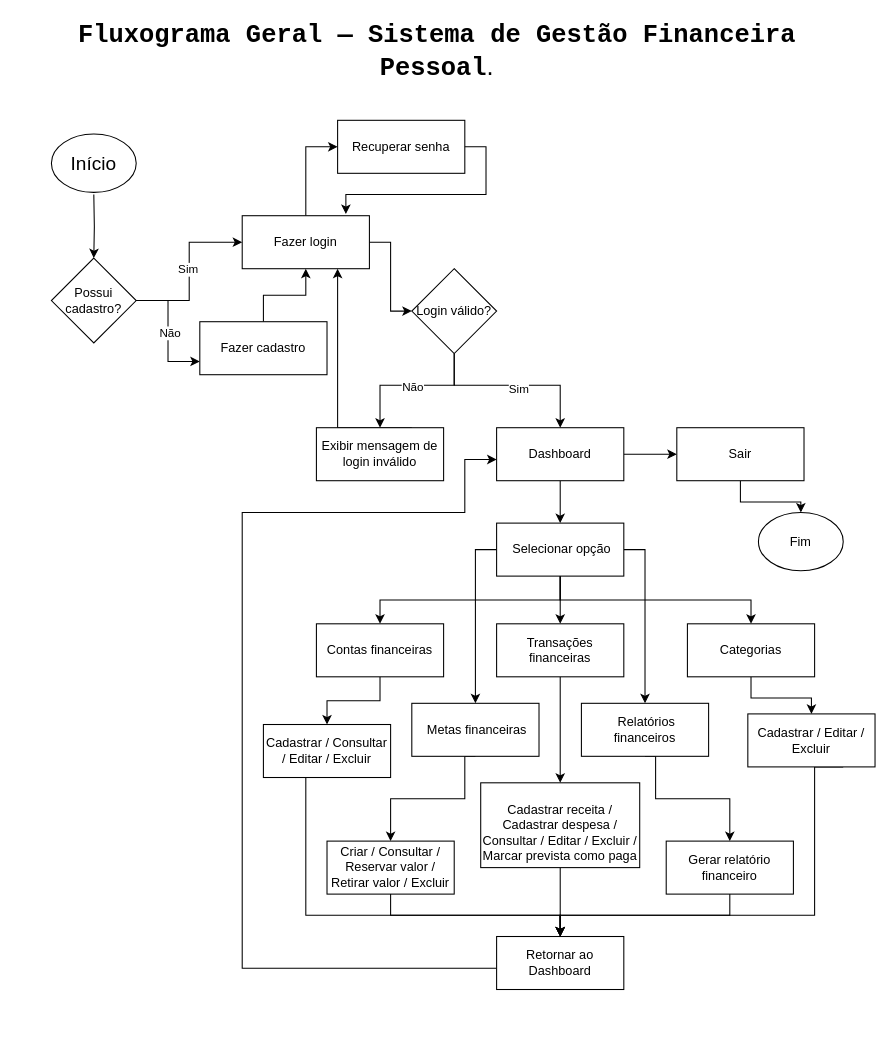
pablo-eleuterio/PersonalFinance keeps this draw.io diagram as docs/05-diagramas/fluxograma-geral.drawio. Above is the earlier version. Source tidied: cells renumbered, new cells numbered last; positions are measured from the earlier drawing's top-left corner, leaving out a move shared by most shapes. Both pictures are drawn from the tidied source at 106%, with x=0, y=0 at pixel (18, 35).
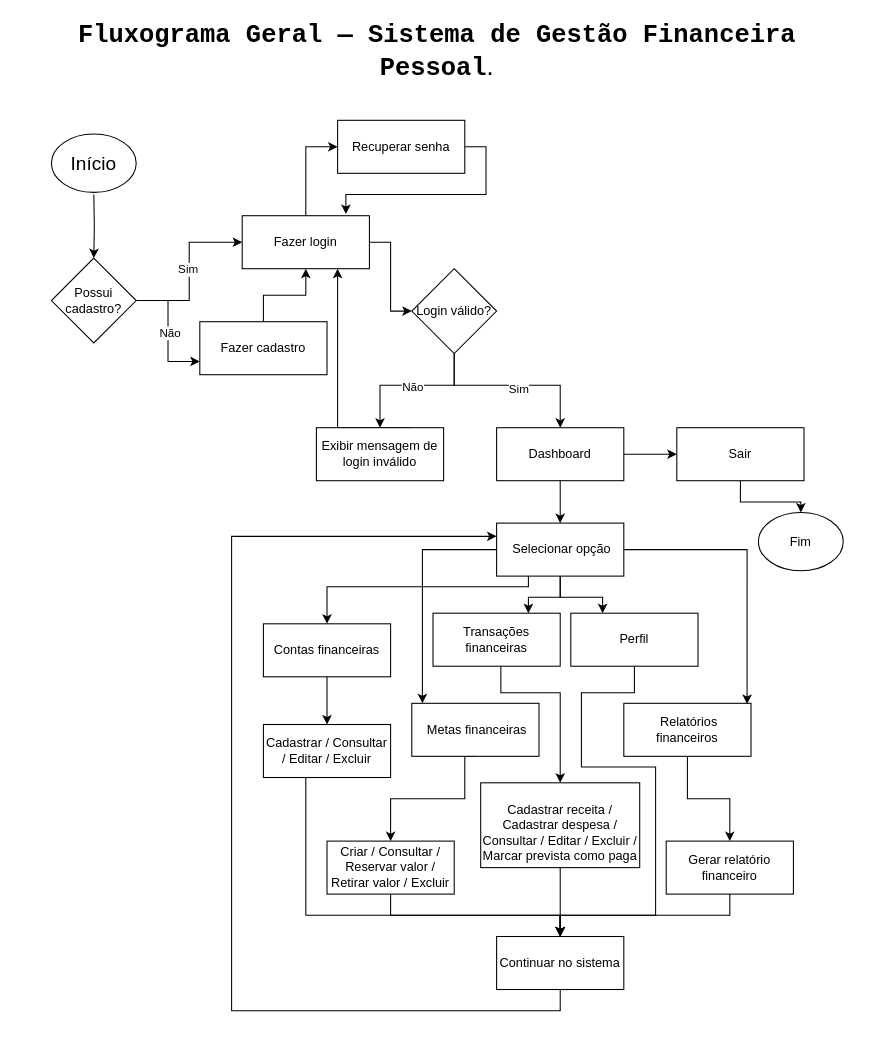
Above is the later version.

The change refers to these unchanged cells:
```xml
<mxCell id="31" value="&lt;div&gt;&amp;nbsp;Selecionar opção&lt;/div&gt;" style="rounded=0;whiteSpace=wrap;html=1;" parent="1" vertex="1">
  <mxGeometry x="451" y="460" width="120" height="50" as="geometry" />
</mxCell>
<mxCell id="33" value="&lt;div&gt;&amp;nbsp;Metas financeiras&lt;/div&gt;" style="rounded=0;whiteSpace=wrap;html=1;" parent="1" vertex="1">
  <mxGeometry x="371" y="630" width="120" height="50" as="geometry" />
</mxCell>
<mxCell id="45" value="Gerar relatório financeiro" style="rounded=0;whiteSpace=wrap;html=1;" parent="1" vertex="1">
  <mxGeometry x="611" y="760" width="120" height="50" as="geometry" />
</mxCell>
<mxCell id="49" value="&lt;font style=&quot;&quot;&gt;&lt;font style=&quot;&quot;&gt;&lt;br&gt;&lt;font style=&quot;font-size: 12px;&quot;&gt;Cadastrar receita / Cadastrar despesa / Consultar / Editar / Excluir / Marcar prevista como paga&lt;/font&gt;&lt;/font&gt;&lt;br&gt;&lt;/font&gt;" style="rounded=0;whiteSpace=wrap;html=1;" parent="1" vertex="1">
  <mxGeometry x="436" y="705" width="150" height="80" as="geometry" />
</mxCell>
```

Change to the diagram source:
```diff
@@
-<mxGraphModel>
+<mxGraphModel background="light-dark(#FFFFFF,#121212)">
@@
+    <mxCell id="30" style="edgeStyle=orthogonalEdgeStyle;rounded=0;jettySize=auto;html=1;exitX=0;exitY=0.5;exitDx=0;exitDy=0;" parent="1" edge="1" source="31" target="33">
+      <mxGeometry relative="1" as="geometry">
+        <Array as="points">
+          <mxPoint x="381" y="485.1" />
+        </Array>
+      </mxGeometry>
+    </mxCell>
+    <mxCell id="59" style="edgeStyle=orthogonalEdgeStyle;rounded=0;jettySize=auto;html=1;exitX=0.5;exitY=1;exitDx=0;exitDy=0;" parent="1" edge="1" source="31">
+      <mxGeometry relative="1" as="geometry">
+        <mxPoint x="511.3" y="510.1" as="targetPoint" />
+      </mxGeometry>
+    </mxCell>
-    <mxCell id="26" style="edgeStyle=orthogonalEdgeStyle;rounded=0;jettySize=auto;html=1;" parent="1" edge="1" source="31" target="37">
+    <mxCell id="26" style="edgeStyle=orthogonalEdgeStyle;rounded=0;jettySize=auto;html=1;exitX=0.5;exitY=1;exitDx=0;exitDy=0;entryX=0.75;entryY=0;entryDx=0;entryDy=0;" parent="1" edge="1" source="31" target="37">
       <mxGeometry relative="1" as="geometry" />
     </mxCell>
+    <mxCell id="60" style="edgeStyle=orthogonalEdgeStyle;rounded=0;jettySize=auto;html=1;exitX=0.5;exitY=1;exitDx=0;exitDy=0;entryX=0.25;entryY=0;entryDx=0;entryDy=0;" parent="1" edge="1" source="31" target="63">
+      <mxGeometry relative="1" as="geometry" />
+    </mxCell>
-    <mxCell id="27" style="edgeStyle=orthogonalEdgeStyle;rounded=0;jettySize=auto;html=1;exitX=0.5;exitY=1;exitDx=0;exitDy=0;entryX=0.5;entryY=0;entryDx=0;entryDy=0;" parent="1" edge="1" source="31" target="41">
-      <mxGeometry relative="1" as="geometry" />
+    <mxCell id="27" style="edgeStyle=orthogonalEdgeStyle;rounded=0;jettySize=auto;html=1;exitX=0.25;exitY=1;exitDx=0;exitDy=0;entryX=0.5;entryY=0;entryDx=0;entryDy=0;" parent="1" edge="1" source="31" target="41">
+      <mxGeometry relative="1" as="geometry">
+        <Array as="points">
+          <mxPoint x="481" y="520" />
+          <mxPoint x="291" y="520" />
+        </Array>
+      </mxGeometry>
     </mxCell>
-    <mxCell id="28" style="edgeStyle=orthogonalEdgeStyle;rounded=0;jettySize=auto;html=1;exitX=0.5;exitY=1;exitDx=0;exitDy=0;entryX=0.5;entryY=0;entryDx=0;entryDy=0;" parent="1" edge="1" source="31" target="35">
-      <mxGeometry relative="1" as="geometry" />
-    </mxCell>
-    <mxCell id="29" style="edgeStyle=orthogonalEdgeStyle;rounded=0;jettySize=auto;html=1;exitX=1;exitY=0.5;exitDx=0;exitDy=0;entryX=0.5;entryY=0;entryDx=0;entryDy=0;" parent="1" edge="1" source="31" target="39">
-      <mxGeometry relative="1" as="geometry" />
-    </mxCell>
-    <mxCell id="30" style="edgeStyle=orthogonalEdgeStyle;rounded=0;jettySize=auto;html=1;exitX=0;exitY=0.5;exitDx=0;exitDy=0;" parent="1" edge="1" source="31" target="33">
-      <mxGeometry relative="1" as="geometry" />
-    </mxCell>
@@
-    <mxCell id="34" style="edgeStyle=orthogonalEdgeStyle;rounded=0;jettySize=auto;html=1;exitX=0.5;exitY=1;exitDx=0;exitDy=0;entryX=0.5;entryY=0;entryDx=0;entryDy=0;" parent="1" edge="1" source="35" target="47">
-      <mxGeometry relative="1" as="geometry" />
-    </mxCell>
-    <mxCell id="35" value="&lt;div&gt;Categorias&lt;/div&gt;" style="rounded=0;whiteSpace=wrap;html=1;" parent="1" vertex="1">
-      <mxGeometry x="631" y="555" width="120" height="50" as="geometry" />
-    </mxCell>
     <mxCell id="36" style="edgeStyle=orthogonalEdgeStyle;rounded=0;jettySize=auto;html=1;" parent="1" edge="1" source="37" target="49">
-      <mxGeometry relative="1" as="geometry" />
+      <mxGeometry relative="1" as="geometry">
+        <Array as="points">
+          <mxPoint x="455" y="620" />
+          <mxPoint x="511" y="620" />
+        </Array>
+      </mxGeometry>
     </mxCell>
     <mxCell id="37" value="&lt;div&gt;Transações financeiras&lt;/div&gt;" style="rounded=0;whiteSpace=wrap;html=1;" parent="1" vertex="1">
-      <mxGeometry x="451" y="555" width="120" height="50" as="geometry" />
+      <mxGeometry x="391" y="545" width="120" height="50" as="geometry" />
     </mxCell>
     <mxCell id="38" style="edgeStyle=orthogonalEdgeStyle;rounded=0;jettySize=auto;html=1;exitX=0.5;exitY=1;exitDx=0;exitDy=0;entryX=0.5;entryY=0;entryDx=0;entryDy=0;" parent="1" edge="1" source="39" target="45">
       <mxGeometry relative="1" as="geometry">
         <Array as="points">
-          <mxPoint x="601" y="680" />
-          <mxPoint x="601" y="720" />
+          <mxPoint x="631" y="720" />
           <mxPoint x="671" y="720" />
         </Array>
       </mxGeometry>
     </mxCell>
     <mxCell id="39" value="&lt;div&gt;&amp;nbsp;Relatórios financeiros&lt;/div&gt;" style="rounded=0;whiteSpace=wrap;html=1;" parent="1" vertex="1">
-      <mxGeometry x="531" y="630" width="120" height="50" as="geometry" />
+      <mxGeometry x="571" y="630" width="120" height="50" as="geometry" />
     </mxCell>
@@
     <mxCell id="41" value="&lt;div&gt;Contas financeiras&lt;/div&gt;" style="rounded=0;whiteSpace=wrap;html=1;" parent="1" vertex="1">
-      <mxGeometry x="281" y="555" width="120" height="50" as="geometry" />
+      <mxGeometry x="231" y="555" width="120" height="50" as="geometry" />
     </mxCell>
@@
-    <mxCell id="46" style="edgeStyle=orthogonalEdgeStyle;rounded=0;jettySize=auto;html=1;exitX=0.75;exitY=1;exitDx=0;exitDy=0;entryX=0.5;entryY=0;entryDx=0;entryDy=0;" parent="1" edge="1" source="47" target="51">
-      <mxGeometry relative="1" as="geometry">
-        <Array as="points">
-          <mxPoint x="751" y="690" />
-          <mxPoint x="751" y="830" />
-          <mxPoint x="511" y="830" />
-        </Array>
-      </mxGeometry>
-    </mxCell>
-    <mxCell id="47" value="Cadastrar / Editar / Excluir" style="rounded=0;whiteSpace=wrap;html=1;" parent="1" vertex="1">
-      <mxGeometry x="688" y="640" width="120" height="50" as="geometry" />
-    </mxCell>
@@
-    <mxCell id="50" style="edgeStyle=orthogonalEdgeStyle;rounded=0;orthogonalLoop=1;jettySize=auto;html=1;exitX=0;exitY=0.5;exitDx=0;exitDy=0;entryX=0;entryY=0.5;entryDx=0;entryDy=0;" parent="1" edge="1">
-      <mxGeometry relative="1" as="geometry">
-        <mxPoint x="451" y="880" as="sourcePoint" />
-        <mxPoint x="451" y="400" as="targetPoint" />
-        <Array as="points">
-          <mxPoint x="211" y="880" />
-          <mxPoint x="211" y="450" />
-          <mxPoint x="421" y="450" />
-          <mxPoint x="421" y="400" />
-        </Array>
-      </mxGeometry>
-    </mxCell>
+    <mxCell id="61" style="edgeStyle=orthogonalEdgeStyle;rounded=0;jettySize=auto;html=1;exitX=0.5;exitY=1;exitDx=0;exitDy=0;entryX=0;entryY=0.25;entryDx=0;entryDy=0;" parent="1" edge="1" source="51" target="31">
+      <mxGeometry relative="1" as="geometry">
+        <Array as="points">
+          <mxPoint x="511" y="920" />
+          <mxPoint x="201" y="920" />
+          <mxPoint x="201" y="472.5" />
+        </Array>
+      </mxGeometry>
+    </mxCell>
-    <mxCell id="51" value="Retornar ao Dashboard" style="rounded=0;whiteSpace=wrap;html=1;" parent="1" vertex="1">
+    <mxCell id="51" value="Continuar no sistema" style="rounded=0;whiteSpace=wrap;html=1;" parent="1" vertex="1">
       <mxGeometry x="451" y="850" width="120" height="50" as="geometry" />
     </mxCell>
@@
+    <mxCell id="62" style="edgeStyle=orthogonalEdgeStyle;rounded=0;jettySize=auto;html=1;exitX=0.5;exitY=1;exitDx=0;exitDy=0;entryX=0.5;entryY=0;entryDx=0;entryDy=0;" parent="1" edge="1" source="63" target="51">
+      <mxGeometry relative="1" as="geometry">
+        <Array as="points">
+          <mxPoint x="581" y="620" />
+          <mxPoint x="531" y="620" />
+          <mxPoint x="531" y="690" />
+          <mxPoint x="601" y="690" />
+          <mxPoint x="601" y="830" />
+          <mxPoint x="511" y="830" />
+        </Array>
+      </mxGeometry>
+    </mxCell>
+    <mxCell id="63" value="&lt;div&gt;Perfil&lt;/div&gt;" style="rounded=0;whiteSpace=wrap;html=1;" parent="1" vertex="1">
+      <mxGeometry x="521" y="545" width="120" height="50" as="geometry" />
+    </mxCell>
+    <mxCell id="29" style="edgeStyle=orthogonalEdgeStyle;rounded=0;jettySize=auto;html=1;exitX=1;exitY=0.5;exitDx=0;exitDy=0;entryX=0.969;entryY=0.014;entryDx=0;entryDy=0;entryPerimeter=0;" parent="1" edge="1" source="31" target="39">
+      <mxGeometry relative="1" as="geometry" />
+    </mxCell>
```
